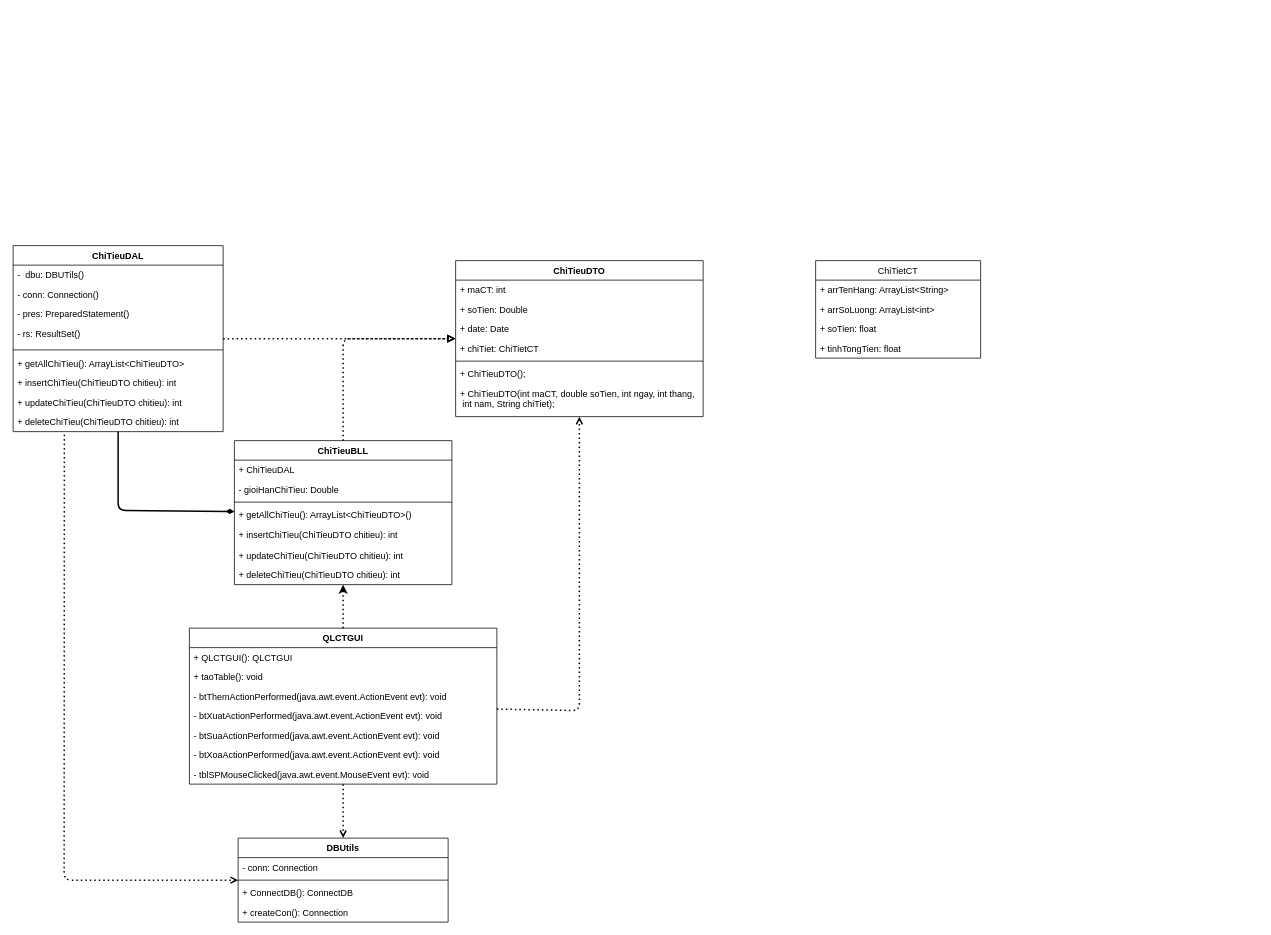
The draw.io diagram Diagrams/ClassDiagrams.drawio in AkallHuynh/IS216.L21.HTCL-Java, before the edit. Source tidied: cells renumbered, new cells numbered last; positions are measured from the earlier drawing's top-left corner, leaving out a move shared by most shapes. Both pictures are drawn from the tidied source at 75%, with x=0, y=0 at pixel (13, 245).
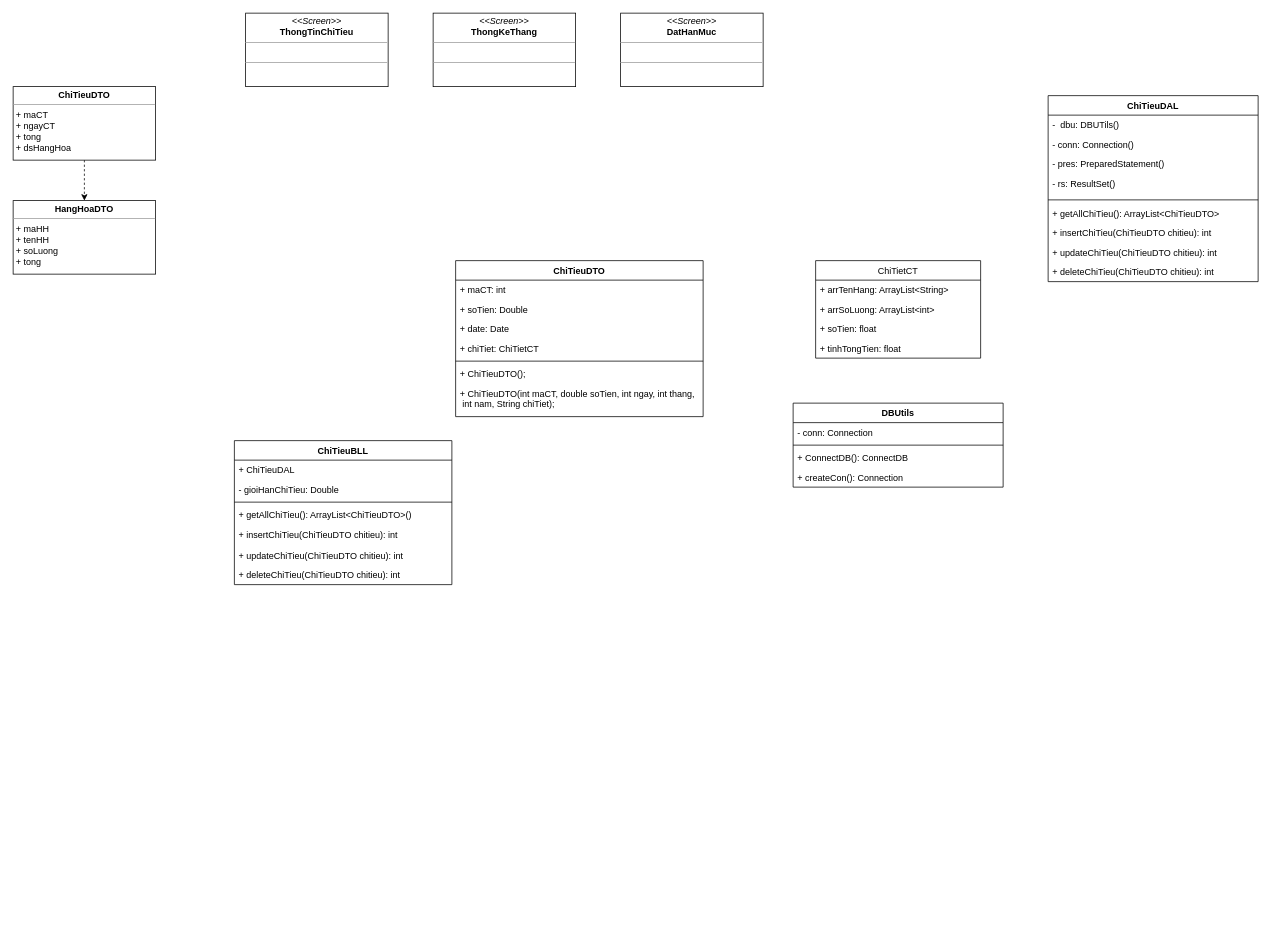
The same page after the edit.

The change refers to these unchanged cells:
```xml
<mxCell id="2" value="ChiTieuDTO" style="swimlane;fontStyle=1;align=center;verticalAlign=top;horizontal=1;startSize=26;" parent="1" vertex="1">
  <mxGeometry x="590" y="20" width="330" height="208" as="geometry" />
</mxCell>
<mxCell id="10" value="ChiTieuBLL" style="swimlane;fontStyle=1;align=center;verticalAlign=top;horizontal=1;startSize=26;" parent="1" vertex="1">
  <mxGeometry x="295" y="260" width="290" height="192" as="geometry" />
</mxCell>
<mxCell id="40" value="+ deleteChiTieu(ChiTieuDTO chitieu): int" style="text;strokeColor=none;fillColor=none;align=left;verticalAlign=top;spacingLeft=4;spacingRight=4;overflow=hidden;points=[[0,0.5],[1,0.5]];portConstraint=eastwest;" parent="31" vertex="1">
  <mxGeometry y="222" width="280" height="26" as="geometry" />
</mxCell>
```

Diff of the diagram source:
```diff
@@
     <mxCell id="18" value="DBUtils" style="swimlane;fontStyle=1;align=center;verticalAlign=top;horizontal=1;startSize=26;" parent="1" vertex="1">
-      <mxGeometry x="300" y="790" width="280" height="112" as="geometry" />
+      <mxGeometry x="1040" y="210" width="280" height="112" as="geometry" />
     </mxCell>
@@
-    <mxCell id="23" value="QLCTGUI" style="swimlane;fontStyle=1;horizontal=1;startSize=26;fillColor=none;" parent="1" vertex="1">
-      <mxGeometry x="235" y="510" width="410" height="208" as="geometry" />
-    </mxCell>
-    <mxCell id="24" value="+ QLCTGUI(): QLCTGUI" style="text;strokeColor=none;fillColor=none;align=left;verticalAlign=top;spacingLeft=4;spacingRight=4;overflow=hidden;" parent="23" vertex="1">
-      <mxGeometry y="26" width="410" height="26" as="geometry" />
-    </mxCell>
-    <mxCell id="25" value="+ taoTable(): void" style="text;strokeColor=none;fillColor=none;align=left;verticalAlign=top;spacingLeft=4;spacingRight=4;overflow=hidden;" parent="23" vertex="1">
-      <mxGeometry y="52" width="410" height="26" as="geometry" />
-    </mxCell>
-    <mxCell id="26" value="- btThemActionPerformed(java.awt.event.ActionEvent evt): void" style="text;strokeColor=none;fillColor=none;align=left;verticalAlign=top;spacingLeft=4;spacingRight=4;overflow=hidden;" parent="23" vertex="1">
-      <mxGeometry y="78" width="410" height="26" as="geometry" />
-    </mxCell>
-    <mxCell id="27" value="- btXuatActionPerformed(java.awt.event.ActionEvent evt): void" style="text;strokeColor=none;fillColor=none;align=left;verticalAlign=top;spacingLeft=4;spacingRight=4;overflow=hidden;" parent="23" vertex="1">
-      <mxGeometry y="104" width="410" height="26" as="geometry" />
-    </mxCell>
-    <mxCell id="28" value="- btSuaActionPerformed(java.awt.event.ActionEvent evt): void" style="text;strokeColor=none;fillColor=none;align=left;verticalAlign=top;spacingLeft=4;spacingRight=4;overflow=hidden;" parent="23" vertex="1">
-      <mxGeometry y="130" width="410" height="26" as="geometry" />
-    </mxCell>
-    <mxCell id="29" value="- btXoaActionPerformed(java.awt.event.ActionEvent evt): void" style="text;strokeColor=none;fillColor=none;align=left;verticalAlign=top;spacingLeft=4;spacingRight=4;overflow=hidden;" parent="23" vertex="1">
-      <mxGeometry y="156" width="410" height="26" as="geometry" />
-    </mxCell>
-    <mxCell id="30" value="- tblSPMouseClicked(java.awt.event.MouseEvent evt): void" style="text;strokeColor=none;fillColor=none;align=left;verticalAlign=top;spacingLeft=4;spacingRight=4;overflow=hidden;" parent="23" vertex="1">
-      <mxGeometry y="182" width="410" height="26" as="geometry" />
-    </mxCell>
     <mxCell id="31" value="ChiTieuDAL" style="swimlane;fontStyle=1;horizontal=1;startSize=26;fillColor=none;" parent="1" vertex="1">
-      <mxGeometry width="280" height="248" as="geometry" />
+      <mxGeometry x="1380" y="-200" width="280" height="248" as="geometry" />
     </mxCell>
@@
-    <mxCell id="41" style="endArrow=block;html=1;exitX=0.5;exitY=0;exitDx=0;exitDy=0;endFill=0;strokeWidth=2;dashed=1;dashPattern=1 2;" parent="1" edge="1" source="10" target="2">
-      <mxGeometry relative="1" as="geometry">
-        <Array as="points">
-          <mxPoint x="440" y="124" />
-        </Array>
-      </mxGeometry>
-    </mxCell>
-    <mxCell id="42" style="endArrow=block;html=1;endFill=0;strokeWidth=2;dashed=1;dashPattern=1 2;" parent="1" edge="1" source="31" target="2">
-      <mxGeometry relative="1" as="geometry" />
-    </mxCell>
-    <mxCell id="43" style="endArrow=diamondThin;html=1;strokeWidth=2;endFill=1;" parent="1" edge="1" source="31" target="10">
-      <mxGeometry relative="1" as="geometry">
-        <Array as="points">
-          <mxPoint x="140" y="353" />
-        </Array>
-      </mxGeometry>
-    </mxCell>
-    <mxCell id="44" style="endArrow=open;html=1;dashed=1;dashPattern=1 2;exitX=0.244;exitY=1.154;exitDx=0;exitDy=0;exitPerimeter=0;strokeWidth=2;endFill=0;" parent="1" edge="1" source="40" target="18">
-      <mxGeometry relative="1" as="geometry">
-        <Array as="points">
-          <mxPoint x="68" y="846" />
-        </Array>
-      </mxGeometry>
-    </mxCell>
-    <mxCell id="45" style="endArrow=open;html=1;dashed=1;dashPattern=1 2;strokeWidth=2;endFill=0;" parent="1" edge="1" source="23" target="18">
-      <mxGeometry relative="1" as="geometry" />
-    </mxCell>
-    <mxCell id="46" style="endArrow=open;html=1;dashed=1;dashPattern=1 2;strokeWidth=2;endFill=0;" parent="1" edge="1" source="23" target="2">
-      <mxGeometry relative="1" as="geometry">
-        <Array as="points">
-          <mxPoint x="755" y="620" />
-        </Array>
-      </mxGeometry>
-    </mxCell>
-    <mxCell id="47" style="endArrow=classic;html=1;dashed=1;dashPattern=1 2;strokeWidth=2;" parent="1" edge="1" source="23" target="10">
-      <mxGeometry relative="1" as="geometry" />
-    </mxCell>
@@
+    <mxCell id="53" value="&lt;p style=&quot;margin: 0px ; margin-top: 4px ; text-align: center&quot;&gt;&lt;i&gt;&amp;lt;&amp;lt;Screen&amp;gt;&amp;gt;&lt;/i&gt;&lt;br&gt;&lt;b&gt;ThongKeThang&lt;/b&gt;&lt;/p&gt;&lt;hr size=&quot;1&quot;&gt;&lt;p style=&quot;margin: 0px ; margin-left: 4px&quot;&gt;&lt;br&gt;&lt;/p&gt;&lt;hr size=&quot;1&quot;&gt;&lt;p style=&quot;margin: 0px ; margin-left: 4px&quot;&gt;&lt;br&gt;&lt;/p&gt;" style="verticalAlign=top;align=left;overflow=fill;fontSize=12;fontFamily=Helvetica;html=1;" parent="1" vertex="1">
+      <mxGeometry x="560" y="-310" width="190" height="98" as="geometry" />
+    </mxCell>
+    <mxCell id="54" value="&lt;p style=&quot;margin: 0px ; margin-top: 4px ; text-align: center&quot;&gt;&lt;i&gt;&amp;lt;&amp;lt;Screen&amp;gt;&amp;gt;&lt;/i&gt;&lt;br&gt;&lt;b&gt;DatHanMuc&lt;/b&gt;&lt;/p&gt;&lt;hr size=&quot;1&quot;&gt;&lt;p style=&quot;margin: 0px ; margin-left: 4px&quot;&gt;&lt;br&gt;&lt;/p&gt;&lt;hr size=&quot;1&quot;&gt;&lt;p style=&quot;margin: 0px ; margin-left: 4px&quot;&gt;&lt;br&gt;&lt;/p&gt;" style="verticalAlign=top;align=left;overflow=fill;fontSize=12;fontFamily=Helvetica;html=1;" parent="1" vertex="1">
+      <mxGeometry x="810" y="-310" width="190" height="98" as="geometry" />
+    </mxCell>
+    <mxCell id="55" value="&lt;p style=&quot;margin: 0px ; margin-top: 4px ; text-align: center&quot;&gt;&lt;i&gt;&amp;lt;&amp;lt;Screen&amp;gt;&amp;gt;&lt;/i&gt;&lt;br&gt;&lt;b&gt;ThongTinChiTieu&lt;/b&gt;&lt;/p&gt;&lt;hr size=&quot;1&quot;&gt;&lt;p style=&quot;margin: 0px ; margin-left: 4px&quot;&gt;&lt;br&gt;&lt;/p&gt;&lt;hr size=&quot;1&quot;&gt;&lt;p style=&quot;margin: 0px ; margin-left: 4px&quot;&gt;&lt;br&gt;&lt;/p&gt;" style="verticalAlign=top;align=left;overflow=fill;fontSize=12;fontFamily=Helvetica;html=1;" parent="1" vertex="1">
+      <mxGeometry x="310" y="-310" width="190" height="98" as="geometry" />
+    </mxCell>
+    <mxCell id="56" style="edgeStyle=orthogonalEdgeStyle;rounded=0;jettySize=auto;html=1;dashed=1;endArrow=classic;endFill=1;" parent="1" edge="1" source="57" target="58">
+      <mxGeometry relative="1" as="geometry" />
+    </mxCell>
+    <mxCell id="57" value="&lt;p style=&quot;margin: 0px ; margin-top: 4px ; text-align: center&quot;&gt;&lt;b&gt;ChiTieuDTO&lt;/b&gt;&lt;/p&gt;&lt;hr size=&quot;1&quot;&gt;&lt;p style=&quot;margin: 0px ; margin-left: 4px&quot;&gt;+ maCT&lt;/p&gt;&lt;p style=&quot;margin: 0px ; margin-left: 4px&quot;&gt;+ ngayCT&lt;/p&gt;&lt;p style=&quot;margin: 0px ; margin-left: 4px&quot;&gt;+ tong&lt;/p&gt;&lt;p style=&quot;margin: 0px ; margin-left: 4px&quot;&gt;+ dsHangHoa&lt;/p&gt;&lt;p style=&quot;margin: 0px ; margin-left: 4px&quot;&gt;&lt;br&gt;&lt;/p&gt;" style="verticalAlign=top;align=left;overflow=fill;fontSize=12;fontFamily=Helvetica;html=1;" parent="1" vertex="1">
+      <mxGeometry y="-212" width="190" height="98" as="geometry" />
+    </mxCell>
+    <mxCell id="58" value="&lt;p style=&quot;margin: 0px ; margin-top: 4px ; text-align: center&quot;&gt;&lt;b&gt;HangHoaDTO&lt;/b&gt;&lt;/p&gt;&lt;hr size=&quot;1&quot;&gt;&lt;p style=&quot;margin: 0px ; margin-left: 4px&quot;&gt;+ maHH&lt;/p&gt;&lt;p style=&quot;margin: 0px ; margin-left: 4px&quot;&gt;+ tenHH&lt;/p&gt;&lt;p style=&quot;margin: 0px ; margin-left: 4px&quot;&gt;+ soLuong&lt;/p&gt;&lt;p style=&quot;margin: 0px ; margin-left: 4px&quot;&gt;+ tong&lt;/p&gt;&lt;p style=&quot;margin: 0px ; margin-left: 4px&quot;&gt;&lt;br&gt;&lt;/p&gt;" style="verticalAlign=top;align=left;overflow=fill;fontSize=12;fontFamily=Helvetica;html=1;" parent="1" vertex="1">
+      <mxGeometry y="-60" width="190" height="98" as="geometry" />
+    </mxCell>
```
